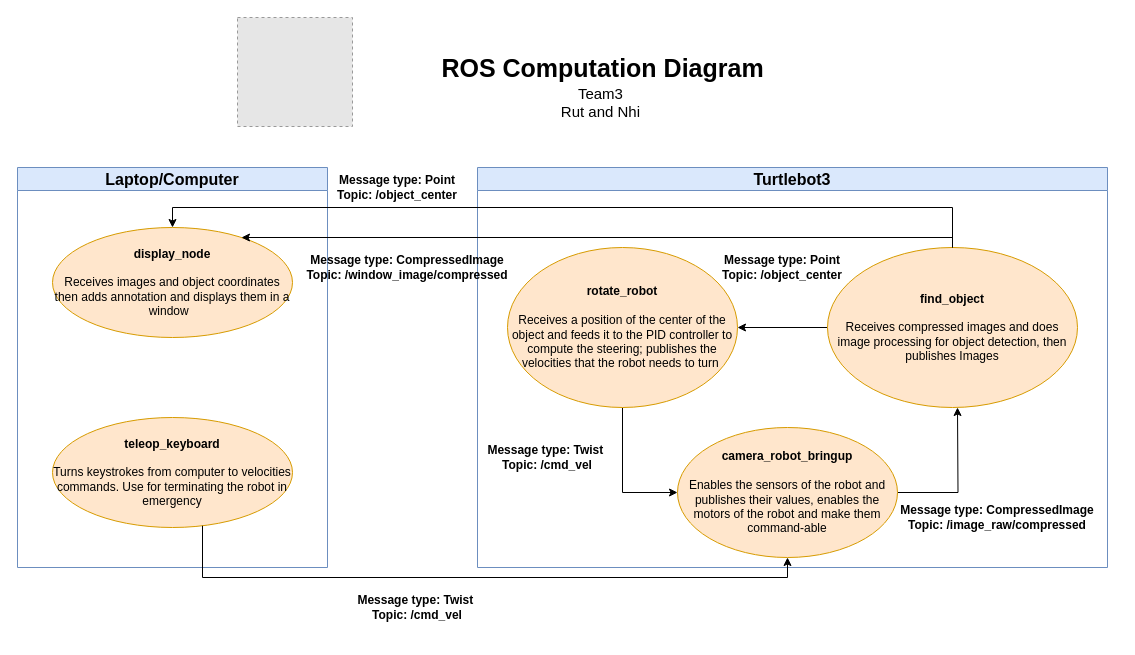
The draw.io diagram Lab2.drawio in NhiNguyencmt8/RoboResearch, before the edit. Source tidied: cells renumbered, new cells numbered last; positions are measured from the earlier drawing's top-left corner, leaving out a move shared by most shapes. Both pictures are drawn from the tidied source at 100%, with x=0, y=0 at pixel (17, 17). Pictures stored in the file or linked from it are replaced by grey dashed boxes.
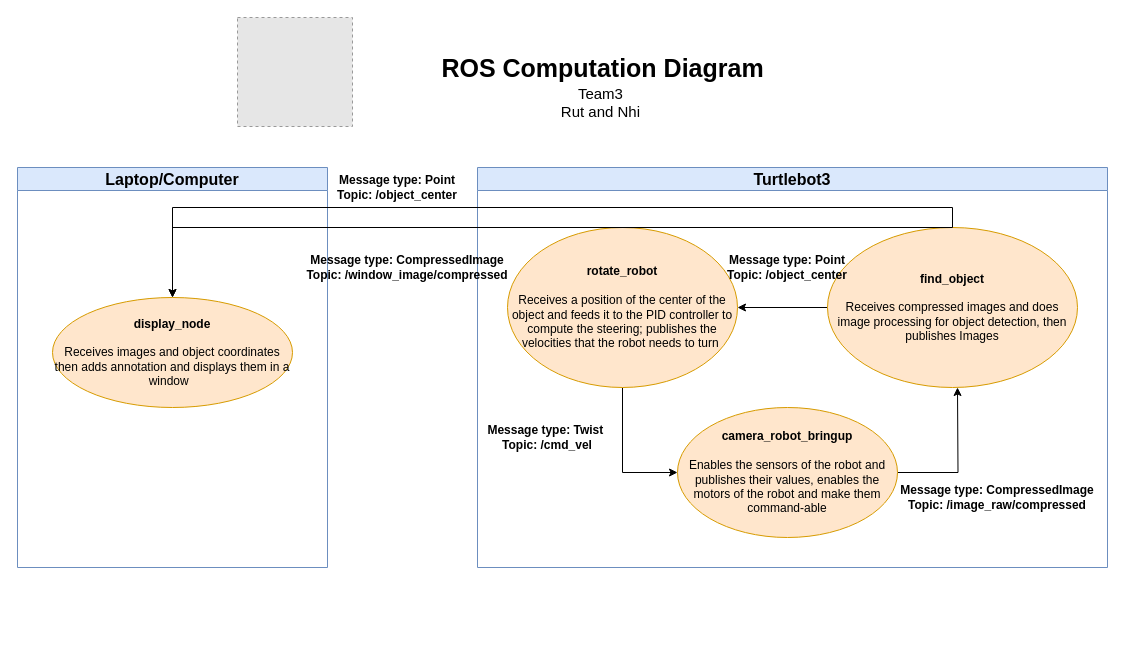
After the change.

The change refers to these unchanged cells:
```xml
<mxCell id="4" value="Laptop/Computer" style="swimlane;whiteSpace=wrap;html=1;fillColor=#dae8fc;strokeColor=#6c8ebf;fontSize=16;" parent="1" vertex="1">
  <mxGeometry y="150" width="310" height="400" as="geometry" />
</mxCell>
<mxCell id="7" value="Turtlebot3" style="swimlane;whiteSpace=wrap;html=1;fillColor=#dae8fc;strokeColor=#6c8ebf;fontSize=16;" parent="1" vertex="1">
  <mxGeometry x="460" y="150" width="630" height="400" as="geometry" />
</mxCell>
<mxCell id="12" value="&lt;b&gt;camera_robot_bringup&lt;/b&gt;&lt;div&gt;&lt;br&gt;&lt;/div&gt;&lt;div&gt;Enables the sensors of the robot and publishes their values, enables the motors of the robot and make them command-able&lt;/div&gt;" style="ellipse;whiteSpace=wrap;html=1;fillColor=#ffe6cc;strokeColor=#d79b00;" parent="8" vertex="1">
  <mxGeometry x="210" y="190" width="220" height="130" as="geometry" />
</mxCell>
<mxCell id="14" value="&lt;div&gt;&lt;b&gt;find_object&lt;/b&gt;&lt;/div&gt;&lt;div&gt;&lt;b&gt;&lt;br&gt;&lt;/b&gt;&lt;div&gt;Receives compressed images and does image processing for object detection, then publishes Images&lt;/div&gt;&lt;/div&gt;" style="ellipse;whiteSpace=wrap;html=1;fillColor=#ffe6cc;strokeColor=#d79b00;" parent="8" vertex="1">
  <mxGeometry x="360" y="10" width="250" height="160" as="geometry" />
</mxCell>
```

Diff of the diagram source:
```diff
@@
     <mxCell id="5" value="&lt;div&gt;&lt;b&gt;display_node&lt;/b&gt;&lt;/div&gt;&lt;div&gt;&lt;b&gt;&lt;br&gt;&lt;/b&gt;&lt;/div&gt;&lt;div&gt;Receives images and object coordinates then adds annotation and displays them in a window&amp;nbsp;&amp;nbsp;&lt;/div&gt;" style="ellipse;whiteSpace=wrap;html=1;fillColor=#ffe6cc;strokeColor=#d79b00;" parent="4" vertex="1">
-      <mxGeometry x="35" y="60" width="240" height="110" as="geometry" />
+      <mxGeometry x="35" y="130" width="240" height="110" as="geometry" />
     </mxCell>
-    <mxCell id="6" value="&lt;div&gt;&lt;b&gt;teleop_keyboard&lt;/b&gt;&lt;/div&gt;&lt;div&gt;&lt;b&gt;&lt;br&gt;&lt;/b&gt;&lt;/div&gt;&lt;div&gt;Turns keystrokes from computer to velocities commands. Use for terminating the robot in emergency&lt;/div&gt;" style="ellipse;whiteSpace=wrap;html=1;fillColor=#ffe6cc;strokeColor=#d79b00;" parent="4" vertex="1">
-      <mxGeometry x="35" y="250" width="240" height="110" as="geometry" />
-    </mxCell>
@@
     <mxCell id="8" style="group;" parent="7" vertex="1">
-      <mxGeometry x="-10" y="70" width="650" height="320" as="geometry" />
+      <mxGeometry x="-10" y="50" width="650" height="320" as="geometry" />
     </mxCell>
@@
     <mxCell id="16" value="Message type: Point&lt;div style=&quot;font-size: 12px;&quot;&gt;Topic: /object_center&lt;/div&gt;" style="text;html=1;align=center;verticalAlign=middle;whiteSpace=wrap;rounded=0;fontStyle=1;fontSize=12;" parent="8" vertex="1">
-      <mxGeometry x="235" width="160" height="60" as="geometry" />
+      <mxGeometry x="240" y="20" width="160" height="60" as="geometry" />
     </mxCell>
@@
-    <mxCell id="21" style="edgeStyle=orthogonalEdgeStyle;rounded=0;jettySize=auto;html=1;entryX=0.5;entryY=1;entryDx=0;entryDy=0;" parent="1" edge="1" source="6" target="12">
-      <mxGeometry relative="1" as="geometry">
-        <Array as="points">
-          <mxPoint x="185" y="560" />
-          <mxPoint x="770" y="560" />
-        </Array>
-      </mxGeometry>
-    </mxCell>
-    <mxCell id="22" value="Message type: Twist&amp;nbsp;&lt;div style=&quot;font-size: 12px;&quot;&gt;&lt;span style=&quot;background-color: initial; font-size: 12px;&quot;&gt;Topic: /cmd_vel&lt;/span&gt;&lt;br style=&quot;font-size: 12px;&quot;&gt;&lt;/div&gt;" style="text;html=1;align=center;verticalAlign=middle;whiteSpace=wrap;rounded=0;fontStyle=1;fontSize=12;" parent="1" vertex="1">
-      <mxGeometry x="320" y="560" width="160" height="60" as="geometry" />
-    </mxCell>
@@
     <mxCell id="24" style="edgeStyle=orthogonalEdgeStyle;rounded=0;jettySize=auto;html=1;" parent="1" edge="1" source="14" target="5">
       <mxGeometry relative="1" as="geometry">
         <Array as="points">
-          <mxPoint x="935" y="220" />
+          <mxPoint x="935" y="210" />
+          <mxPoint x="155" y="210" />
         </Array>
       </mxGeometry>
     </mxCell>
```
